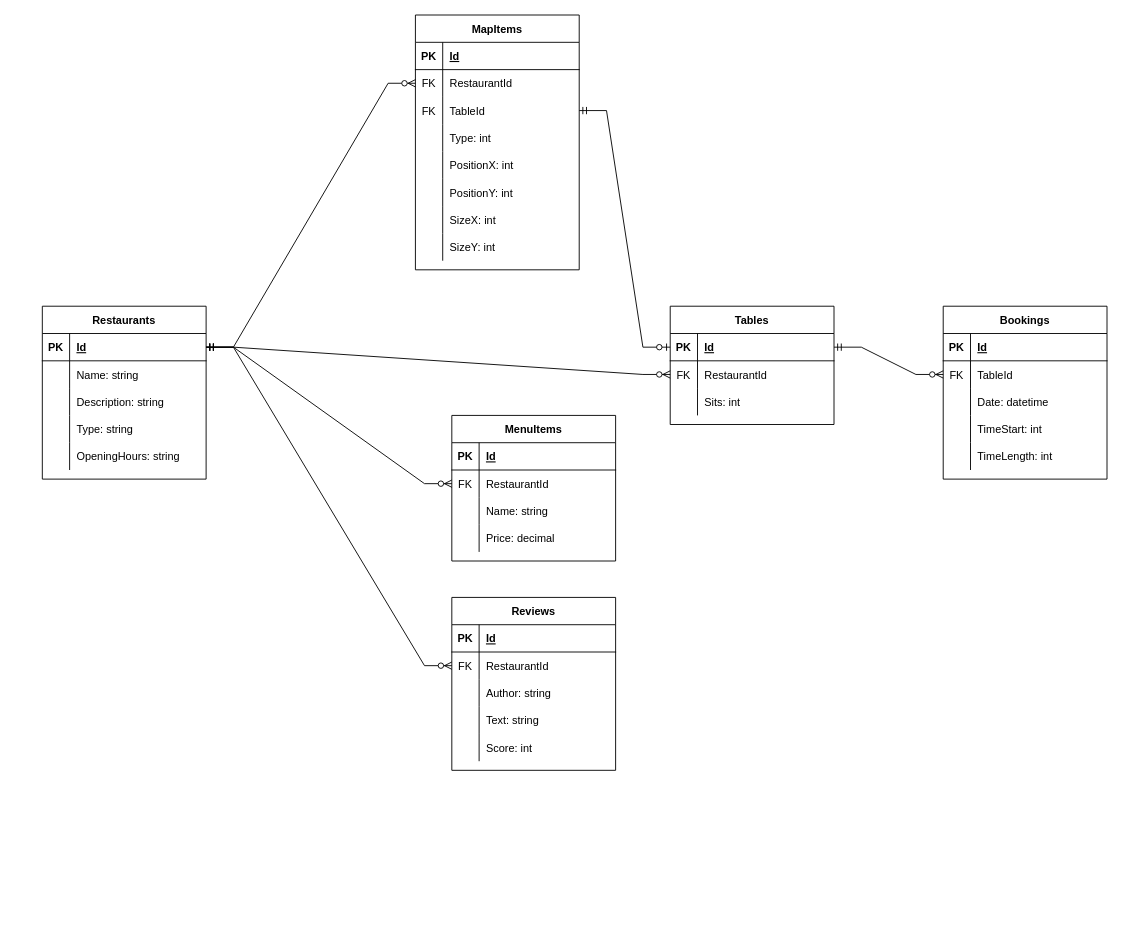
The draw.io diagram DatabaseDesign.drawio in koloczz/sit-eat, before the edit. Source tidied: cells renumbered, new cells numbered last; positions are measured from the earlier drawing's top-left corner, leaving out a move shared by most shapes. Both pictures are drawn from the tidied source at 91%, with x=0, y=0 at pixel (42, 15).
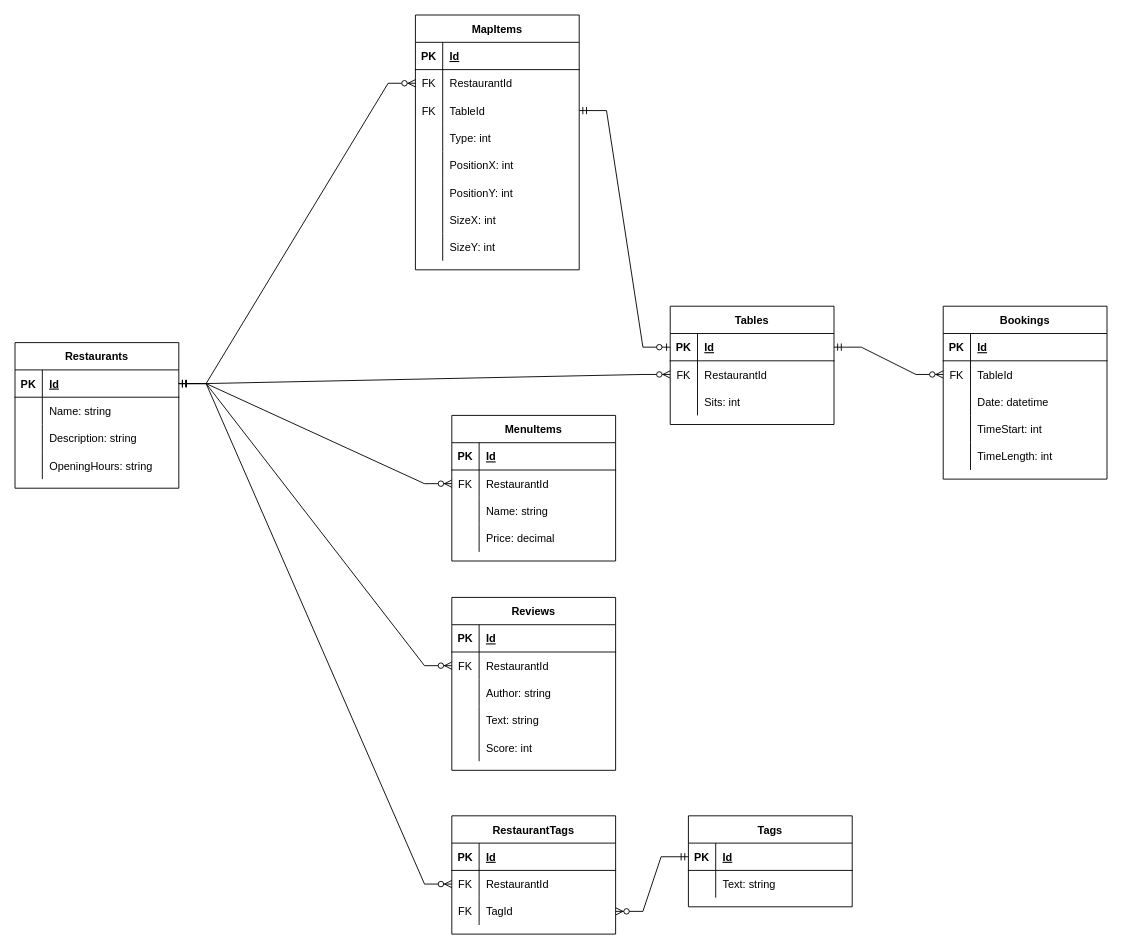
The same diagram, later.

Commit message (it also covers changes not shown here):
Add tags to restaurants in DB design

Unchanged cells that the change refers to:
```xml
<mxCell id="3" style="shape=partialRectangle;fillColor=none;top=0;left=0;bottom=1;right=0;points=[[0,0.5],[1,0.5]];portConstraint=eastwest;" parent="2" vertex="1">
  <mxGeometry y="30" width="180" height="30" as="geometry" />
</mxCell>
<mxCell id="19" style="shape=partialRectangle;fillColor=none;top=0;left=0;bottom=1;right=0;points=[[0,0.5],[1,0.5]];portConstraint=eastwest;" parent="18" vertex="1">
  <mxGeometry y="30" width="180" height="30" as="geometry" />
</mxCell>
<mxCell id="60" style="shape=partialRectangle;fillColor=none;top=0;left=0;bottom=0;right=0;points=[[0,0.5],[1,0.5]];portConstraint=eastwest;" parent="56" vertex="1">
  <mxGeometry y="60" width="180" height="30" as="geometry" />
</mxCell>
```

What changed in the source:
```diff
@@
     <mxCell id="2" value="Restaurants" style="shape=table;startSize=30;childLayout=tableLayout;rowLines=0;fontStyle=1;align=center;fillColor=default;strokeColor=default;fontColor=default;" parent="1" vertex="1">
-      <mxGeometry y="320" width="180" height="190" as="geometry" />
+      <mxGeometry x="-30" y="360" width="180" height="160" as="geometry" />
     </mxCell>
@@
-    <mxCell id="12" style="shape=partialRectangle;fillColor=none;top=0;left=0;bottom=0;right=0;" parent="2" vertex="1">
-      <mxGeometry y="120" width="180" height="30" as="geometry" />
-    </mxCell>
-    <mxCell id="13" style="shape=partialRectangle;fillColor=none;top=0;left=0;bottom=0;right=0;overflow=hidden;" parent="12" vertex="1">
-      <mxGeometry width="30" height="30" as="geometry" />
-    </mxCell>
-    <mxCell id="14" value="Type: string" style="shape=partialRectangle;fillColor=none;top=0;left=0;bottom=0;right=0;align=left;spacingLeft=6;overflow=hidden;" parent="12" vertex="1">
-      <mxGeometry x="30" width="150" height="30" as="geometry" />
-    </mxCell>
     <mxCell id="15" style="shape=partialRectangle;fillColor=none;top=0;left=0;bottom=0;right=0;" parent="2" vertex="1">
-      <mxGeometry y="150" width="180" height="30" as="geometry" />
+      <mxGeometry y="120" width="180" height="30" as="geometry" />
     </mxCell>
@@
-    <mxCell id="72" style="edgeStyle=entityRelationEdgeStyle;fontSize=12;html=1;endArrow=ERzeroToMany;startArrow=ERmandOne;rounded=0;exitX=1;exitY=0.5;exitDx=0;exitDy=0;entryX=0;entryY=0.5;entryDx=0;entryDy=0;" parent="1" edge="1" source="19" target="60">
+    <mxCell id="72" style="edgeStyle=entityRelationEdgeStyle;fontSize=12;html=1;endArrow=ERzeroToMany;startArrow=ERmandOne;rounded=0;exitX=1;exitY=0.5;exitDx=0;exitDy=0;entryX=0;entryY=0.5;entryDx=0;entryDy=0;strokeColor=default;labelBackgroundColor=default;fontColor=default;" parent="1" edge="1" source="19" target="60">
       <mxGeometry relative="1" as="geometry" />
     </mxCell>
@@
+    <mxCell id="104" value="Tags" style="shape=table;startSize=30;childLayout=tableLayout;rowLines=0;fontStyle=1;align=center;fillColor=default;strokeColor=default;fontColor=default;" parent="1" vertex="1">
+      <mxGeometry x="710" y="880" width="180" height="100" as="geometry" />
+    </mxCell>
+    <mxCell id="105" style="shape=partialRectangle;fillColor=none;top=0;left=0;bottom=1;right=0;points=[[0,0.5],[1,0.5]];portConstraint=eastwest;" parent="104" vertex="1">
+      <mxGeometry y="30" width="180" height="30" as="geometry" />
+    </mxCell>
+    <mxCell id="106" value="PK" style="shape=partialRectangle;fillColor=none;top=0;left=0;bottom=0;right=0;fontStyle=1;overflow=hidden;" parent="105" vertex="1">
+      <mxGeometry width="30" height="30" as="geometry" />
+    </mxCell>
+    <mxCell id="107" value="Id" style="shape=partialRectangle;fillColor=none;top=0;left=0;bottom=0;right=0;align=left;spacingLeft=6;fontStyle=5;overflow=hidden;" parent="105" vertex="1">
+      <mxGeometry x="30" width="150" height="30" as="geometry" />
+    </mxCell>
+    <mxCell id="108" style="shape=partialRectangle;fillColor=none;top=0;left=0;bottom=0;right=0;" parent="104" vertex="1">
+      <mxGeometry y="60" width="180" height="30" as="geometry" />
+    </mxCell>
+    <mxCell id="13" style="shape=partialRectangle;fillColor=none;top=0;left=0;bottom=0;right=0;overflow=hidden;" parent="108" vertex="1">
+      <mxGeometry width="30" height="30" as="geometry" />
+    </mxCell>
+    <mxCell id="109" value="Text: string" style="shape=partialRectangle;fillColor=none;top=0;left=0;bottom=0;right=0;align=left;spacingLeft=6;overflow=hidden;fontColor=default;strokeColor=default;" parent="108" vertex="1">
+      <mxGeometry x="30" width="150" height="30" as="geometry" />
+    </mxCell>
+    <mxCell id="110" value="RestaurantTags" style="shape=table;startSize=30;childLayout=tableLayout;rowLines=0;fontStyle=1;align=center;fillColor=default;strokeColor=default;fontColor=default;" parent="1" vertex="1">
+      <mxGeometry x="450" y="880" width="180" height="130" as="geometry" />
+    </mxCell>
+    <mxCell id="111" style="shape=partialRectangle;fillColor=none;top=0;left=0;bottom=1;right=0;fontColor=default;" parent="110" vertex="1">
+      <mxGeometry y="30" width="180" height="30" as="geometry" />
+    </mxCell>
+    <mxCell id="112" value="PK" style="shape=partialRectangle;fillColor=none;top=0;left=0;bottom=0;right=0;fontStyle=1;overflow=hidden;" parent="111" vertex="1">
+      <mxGeometry width="30" height="30" as="geometry" />
+    </mxCell>
+    <mxCell id="113" value="Id" style="shape=partialRectangle;fillColor=none;top=0;left=0;bottom=0;right=0;align=left;spacingLeft=6;fontStyle=5;overflow=hidden;" parent="111" vertex="1">
+      <mxGeometry x="30" width="150" height="30" as="geometry" />
+    </mxCell>
+    <mxCell id="114" style="shape=partialRectangle;fillColor=none;top=0;left=0;bottom=0;right=0;points=[[0,0.5],[1,0.5]];portConstraint=eastwest;" parent="110" vertex="1">
+      <mxGeometry y="60" width="180" height="30" as="geometry" />
+    </mxCell>
+    <mxCell id="115" value="FK" style="shape=partialRectangle;fillColor=none;top=0;left=0;bottom=0;right=0;overflow=hidden;fontColor=default;" parent="114" vertex="1">
+      <mxGeometry width="30" height="30" as="geometry" />
+    </mxCell>
+    <mxCell id="116" value="RestaurantId" style="shape=partialRectangle;fillColor=none;top=0;left=0;bottom=0;right=0;align=left;spacingLeft=6;overflow=hidden;fontColor=default;strokeColor=default;" parent="114" vertex="1">
+      <mxGeometry x="30" width="150" height="30" as="geometry" />
+    </mxCell>
+    <mxCell id="117" style="shape=partialRectangle;fillColor=none;top=0;left=0;bottom=0;right=0;points=[[0,0.5],[1,0.5]];portConstraint=eastwest;" parent="110" vertex="1">
+      <mxGeometry y="90" width="180" height="30" as="geometry" />
+    </mxCell>
+    <mxCell id="118" value="FK" style="shape=partialRectangle;fillColor=none;top=0;left=0;bottom=0;right=0;overflow=hidden;fontColor=default;" parent="117" vertex="1">
+      <mxGeometry width="30" height="30" as="geometry" />
+    </mxCell>
+    <mxCell id="119" value="TagId" style="shape=partialRectangle;fillColor=none;top=0;left=0;bottom=0;right=0;align=left;spacingLeft=6;overflow=hidden;fontColor=default;strokeColor=default;" parent="117" vertex="1">
+      <mxGeometry x="30" width="150" height="30" as="geometry" />
+    </mxCell>
+    <mxCell id="120" style="edgeStyle=entityRelationEdgeStyle;fontSize=12;html=1;endArrow=ERzeroToMany;startArrow=ERmandOne;rounded=0;exitX=1;exitY=0.5;exitDx=0;exitDy=0;entryX=0;entryY=0.5;entryDx=0;entryDy=0;strokeColor=default;labelBackgroundColor=default;fontColor=default;" parent="1" edge="1" source="3" target="114">
+      <mxGeometry relative="1" as="geometry" />
+    </mxCell>
+    <mxCell id="121" style="edgeStyle=entityRelationEdgeStyle;fontSize=12;html=1;endArrow=ERzeroToMany;startArrow=ERmandOne;rounded=0;entryX=1;entryY=0.5;entryDx=0;entryDy=0;strokeColor=default;labelBackgroundColor=default;fontColor=default;exitX=0;exitY=0.5;exitDx=0;exitDy=0;" parent="1" edge="1" source="105" target="117">
+      <mxGeometry relative="1" as="geometry" />
+    </mxCell>
```
